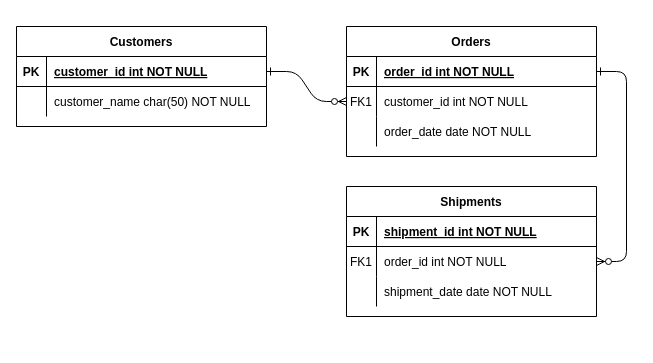
kitanablade/farmers-market-manager keeps this draw.io diagram as Untitled Diagram.drawio. Above is the earlier version. Source tidied: cells renumbered, new cells numbered last; positions are measured from the earlier drawing's top-left corner, leaving out a move shared by most shapes. Both pictures are drawn from the tidied source at 100%, with x=0, y=0 at pixel (16, 26).
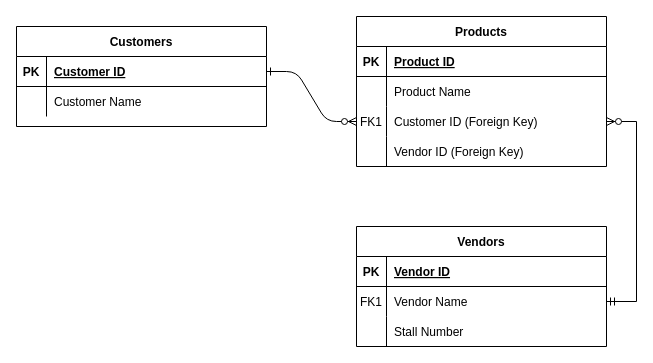
The same page after the edit.

Commit message:
Update Farmers Market ERD draw.io

Unchanged cells that the change refers to:
```xml
<mxCell id="5" style="shape=partialRectangle;fillColor=none;points=[[0,0.5],[1,0.5]];portConstraint=eastwest;top=0;left=0;right=0;bottom=1;" parent="4" vertex="1">
  <mxGeometry y="30" width="250" height="30" as="geometry" />
</mxCell>
<mxCell id="15" style="shape=partialRectangle;fillColor=none;top=0;left=0;right=0;bottom=1;" parent="14" vertex="1">
  <mxGeometry y="30" width="250" height="30" as="geometry" />
</mxCell>
<mxCell id="18" style="shape=partialRectangle;fillColor=none;points=[[0,0.5],[1,0.5]];portConstraint=eastwest;top=0;left=0;right=0;bottom=0;" parent="14" vertex="1">
  <mxGeometry y="60" width="250" height="30" as="geometry" />
</mxCell>
<mxCell id="21" style="shape=partialRectangle;fillColor=none;top=0;left=0;right=0;bottom=0;" parent="14" vertex="1">
  <mxGeometry y="90" width="250" height="30" as="geometry" />
</mxCell>
<mxCell id="25" style="shape=partialRectangle;fillColor=none;points=[[0,0.5],[1,0.5]];portConstraint=eastwest;top=0;left=0;right=0;bottom=1;" parent="24" vertex="1">
  <mxGeometry y="30" width="250" height="30" as="geometry" />
</mxCell>
<mxCell id="28" style="shape=partialRectangle;fillColor=none;top=0;left=0;right=0;bottom=0;" parent="24" vertex="1">
  <mxGeometry y="60" width="250" height="30" as="geometry" />
</mxCell>
```

Change to the diagram source:
```diff
@@
-    <mxCell id="3" style="edgeStyle=entityRelationEdgeStyle;endArrow=ERzeroToMany;startArrow=ERone;endFill=1;startFill=0;" parent="1" edge="1" source="5" target="18">
-      <mxGeometry relative="1" as="geometry" />
-    </mxCell>
-    <mxCell id="4" value="Orders" style="shape=table;startSize=30;childLayout=tableLayout;rowLines=0;fontStyle=1;align=center;" parent="1" vertex="1">
-      <mxGeometry x="330" width="250" height="130" as="geometry" />
+    <mxCell id="4" value="Products" style="shape=table;startSize=30;childLayout=tableLayout;rowLines=0;fontStyle=1;align=center;" parent="1" vertex="1">
+      <mxGeometry x="340" y="-10" width="250" height="150" as="geometry" />
     </mxCell>
@@
-    <mxCell id="7" value="order_id int NOT NULL " style="shape=partialRectangle;overflow=hidden;fillColor=none;top=0;left=0;bottom=0;right=0;align=left;spacingLeft=6;fontStyle=5;" parent="5" vertex="1">
+    <mxCell id="7" value="Product ID" style="shape=partialRectangle;overflow=hidden;fillColor=none;top=0;left=0;bottom=0;right=0;align=left;spacingLeft=6;fontStyle=5;" parent="5" vertex="1">
       <mxGeometry x="30" width="220" height="30" as="geometry" />
     </mxCell>
+    <mxCell id="31" style="shape=partialRectangle;fillColor=none;top=0;left=0;right=0;bottom=0;" parent="4" vertex="1">
+      <mxGeometry y="60" width="250" height="30" as="geometry" />
+    </mxCell>
+    <mxCell id="32" style="shape=partialRectangle;overflow=hidden;fillColor=none;top=0;left=0;bottom=0;right=0;" parent="31" vertex="1">
+      <mxGeometry width="30" height="30" as="geometry" />
+    </mxCell>
+    <mxCell id="33" value="Product Name" style="shape=partialRectangle;overflow=hidden;fillColor=none;top=0;left=0;bottom=0;right=0;align=left;spacingLeft=6;" parent="31" vertex="1">
+      <mxGeometry x="30" width="220" height="30" as="geometry" />
+    </mxCell>
     <mxCell id="8" style="shape=partialRectangle;fillColor=none;points=[[0,0.5],[1,0.5]];portConstraint=eastwest;top=0;left=0;right=0;bottom=0;" parent="4" vertex="1">
-      <mxGeometry y="60" width="250" height="30" as="geometry" />
+      <mxGeometry y="90" width="250" height="30" as="geometry" />
     </mxCell>
@@
-    <mxCell id="10" value="customer_id int NOT NULL" style="shape=partialRectangle;overflow=hidden;fillColor=none;top=0;left=0;bottom=0;right=0;align=left;spacingLeft=6;" parent="8" vertex="1">
+    <mxCell id="10" value="Customer ID (Foreign Key)" style="shape=partialRectangle;overflow=hidden;fillColor=none;top=0;left=0;bottom=0;right=0;align=left;spacingLeft=6;" parent="8" vertex="1">
       <mxGeometry x="30" width="220" height="30" as="geometry" />
     </mxCell>
     <mxCell id="11" style="shape=partialRectangle;fillColor=none;top=0;left=0;right=0;bottom=0;" parent="4" vertex="1">
-      <mxGeometry y="90" width="250" height="30" as="geometry" />
+      <mxGeometry y="120" width="250" height="30" as="geometry" />
     </mxCell>
@@
-    <mxCell id="13" value="order_date date NOT NULL" style="shape=partialRectangle;overflow=hidden;fillColor=none;top=0;left=0;bottom=0;right=0;align=left;spacingLeft=6;" parent="11" vertex="1">
+    <mxCell id="13" value="Vendor ID (Foreign Key)" style="shape=partialRectangle;overflow=hidden;fillColor=none;top=0;left=0;bottom=0;right=0;align=left;spacingLeft=6;" parent="11" vertex="1">
       <mxGeometry x="30" width="220" height="30" as="geometry" />
     </mxCell>
-    <mxCell id="14" value="Shipments" style="shape=table;startSize=30;childLayout=tableLayout;rowLines=0;fontStyle=1;align=center;" parent="1" vertex="1">
-      <mxGeometry x="330" y="160" width="250" height="130" as="geometry" />
+    <mxCell id="14" value="Vendors" style="shape=table;startSize=30;childLayout=tableLayout;rowLines=0;fontStyle=1;align=center;" parent="1" vertex="1">
+      <mxGeometry x="340" y="200" width="250" height="120" as="geometry" />
     </mxCell>
@@
-    <mxCell id="17" value="shipment_id int NOT NULL " style="shape=partialRectangle;overflow=hidden;fillColor=none;top=0;left=0;bottom=0;right=0;align=left;spacingLeft=6;fontStyle=5;" parent="15" vertex="1">
+    <mxCell id="17" value="Vendor ID" style="shape=partialRectangle;overflow=hidden;fillColor=none;top=0;left=0;bottom=0;right=0;align=left;spacingLeft=6;fontStyle=5;" parent="15" vertex="1">
       <mxGeometry x="30" width="220" height="30" as="geometry" />
     </mxCell>
@@
-    <mxCell id="20" value="order_id int NOT NULL" style="shape=partialRectangle;overflow=hidden;fillColor=none;top=0;left=0;bottom=0;right=0;align=left;spacingLeft=6;" parent="18" vertex="1">
+    <mxCell id="20" value="Vendor Name" style="shape=partialRectangle;overflow=hidden;fillColor=none;top=0;left=0;bottom=0;right=0;align=left;spacingLeft=6;" parent="18" vertex="1">
       <mxGeometry x="30" width="220" height="30" as="geometry" />
     </mxCell>
@@
-    <mxCell id="23" value="shipment_date date NOT NULL" style="shape=partialRectangle;overflow=hidden;fillColor=none;top=0;left=0;bottom=0;right=0;align=left;spacingLeft=6;" parent="21" vertex="1">
+    <mxCell id="23" value="Stall Number" style="shape=partialRectangle;overflow=hidden;fillColor=none;top=0;left=0;bottom=0;right=0;align=left;spacingLeft=6;" parent="21" vertex="1">
       <mxGeometry x="30" width="220" height="30" as="geometry" />
     </mxCell>
@@
-    <mxCell id="27" value="customer_id int NOT NULL " style="shape=partialRectangle;overflow=hidden;fillColor=none;top=0;left=0;bottom=0;right=0;align=left;spacingLeft=6;fontStyle=5;" parent="25" vertex="1">
+    <mxCell id="27" value="Customer ID" style="shape=partialRectangle;overflow=hidden;fillColor=none;top=0;left=0;bottom=0;right=0;align=left;spacingLeft=6;fontStyle=5;" parent="25" vertex="1">
       <mxGeometry x="30" width="220" height="30" as="geometry" />
     </mxCell>
@@
-    <mxCell id="30" value="customer_name char(50) NOT NULL" style="shape=partialRectangle;overflow=hidden;fillColor=none;top=0;left=0;bottom=0;right=0;align=left;spacingLeft=6;" parent="28" vertex="1">
+    <mxCell id="30" value="Customer Name" style="shape=partialRectangle;overflow=hidden;fillColor=none;top=0;left=0;bottom=0;right=0;align=left;spacingLeft=6;" parent="28" vertex="1">
       <mxGeometry x="30" width="220" height="30" as="geometry" />
     </mxCell>
+    <mxCell id="34" style="edgeStyle=entityRelationEdgeStyle;fontSize=12;html=1;endArrow=ERzeroToMany;startArrow=ERmandOne;rounded=0;entryX=1;entryY=0.5;entryDx=0;entryDy=0;exitX=1;exitY=0.5;exitDx=0;exitDy=0;" parent="1" edge="1" source="18" target="8">
+      <mxGeometry relative="1" as="geometry" />
+    </mxCell>
```
